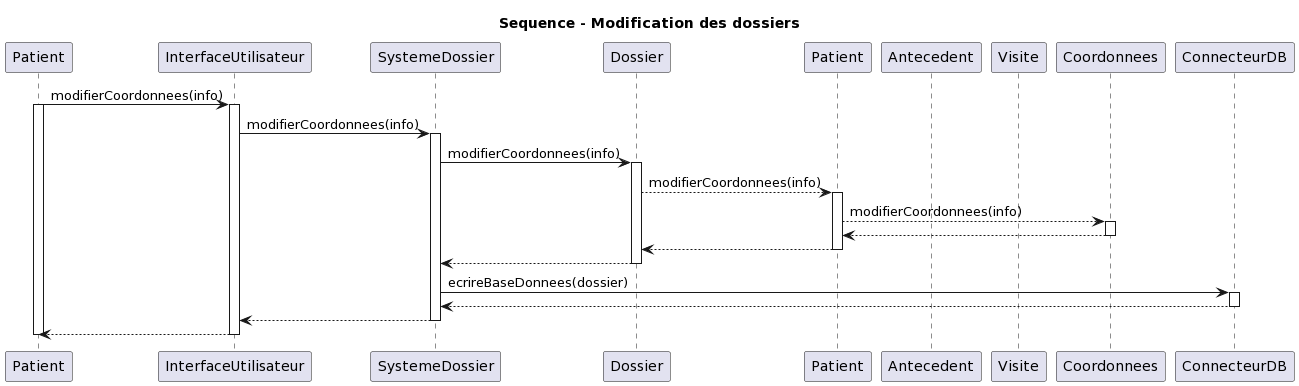
Before: diagrammes/SEQCOORD.png, a diagram exported from PlantUML (vbrayuqam/projet-genielog).
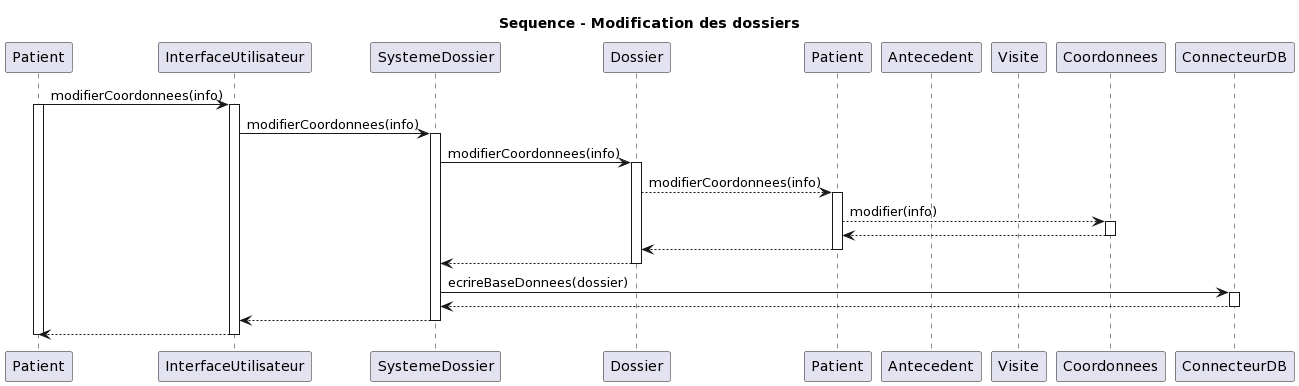
Later version of the same file.

Diff of the diagram source:
```diff
@@ -21,11 +21,10 @@
 activate D
 D --> P: modifierCoordonnees(info)
 activate P
-P --> C: modifierCoordonnees(info)
+P --> C: modifier(info)
 activate C
 C --> P
 deactivate C
-
 P --> D
 deactivate P
 D --> S
```
